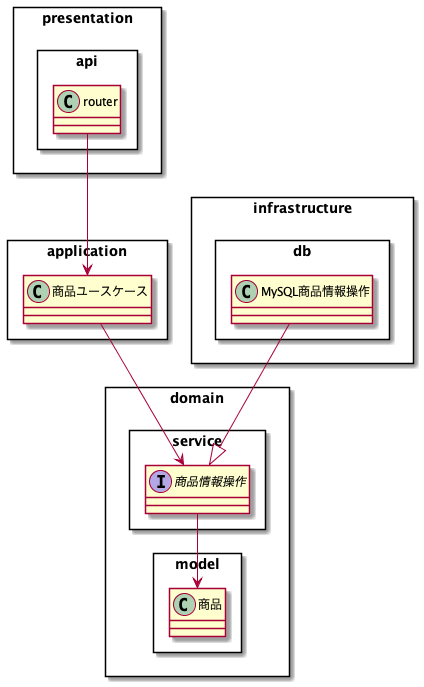
Earlier version of the PlantUML export docs/class/class.png (kenta4327/example-of-ec-site).
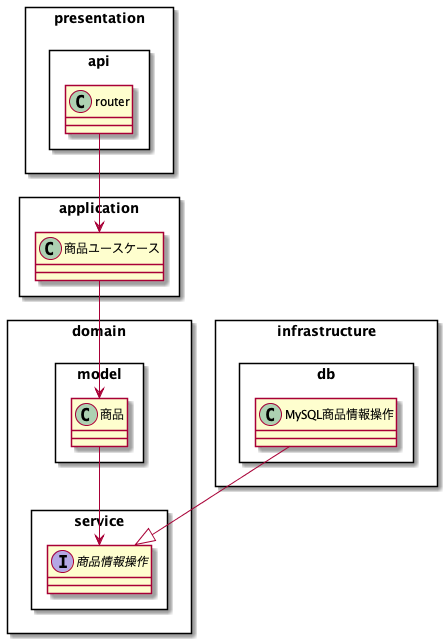
The same file after the commit.

Commit message:
クラス図の修正に合わせて画像も修正

Diff of the diagram source:
```diff
@@ -1,4 +1,4 @@
-@startuml
+@startuml class
 
 package presentation <<Rectangle>> {
     package api <<Rectangle>> {
@@ -27,8 +27,8 @@
 }
 
 router --> 商品ユースケース
-商品ユースケース --> 商品情報操作
-商品情報操作 --> 商品
+商品ユースケース --> 商品
+商品 --> 商品情報操作
 MySQL商品情報操作 --|> 商品情報操作
 
 @enduml
```
